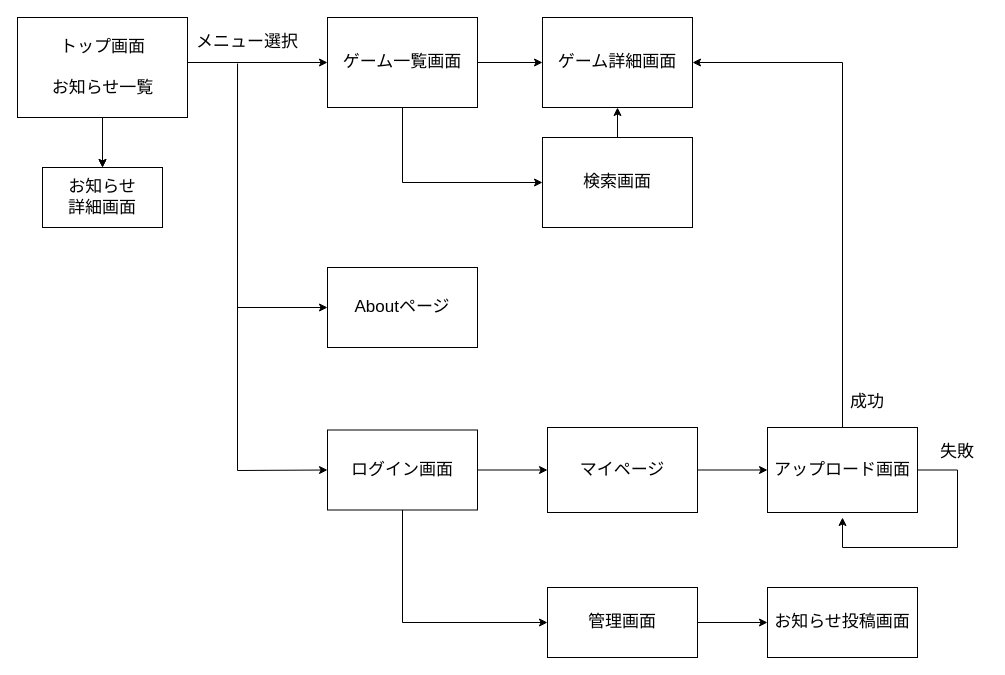
Above: page "view flow" (2 of 3) of KFIPwebsite_usecase.drawio in AK-8420/documents_KFIPweb (draw.io), before the change. Source tidied: cells renumbered, new cells numbered last; positions are measured from the earlier drawing's top-left corner, leaving out a move shared by most shapes. Both pictures are drawn from the tidied source at 100%, with x=0, y=0 at pixel (17, 17).
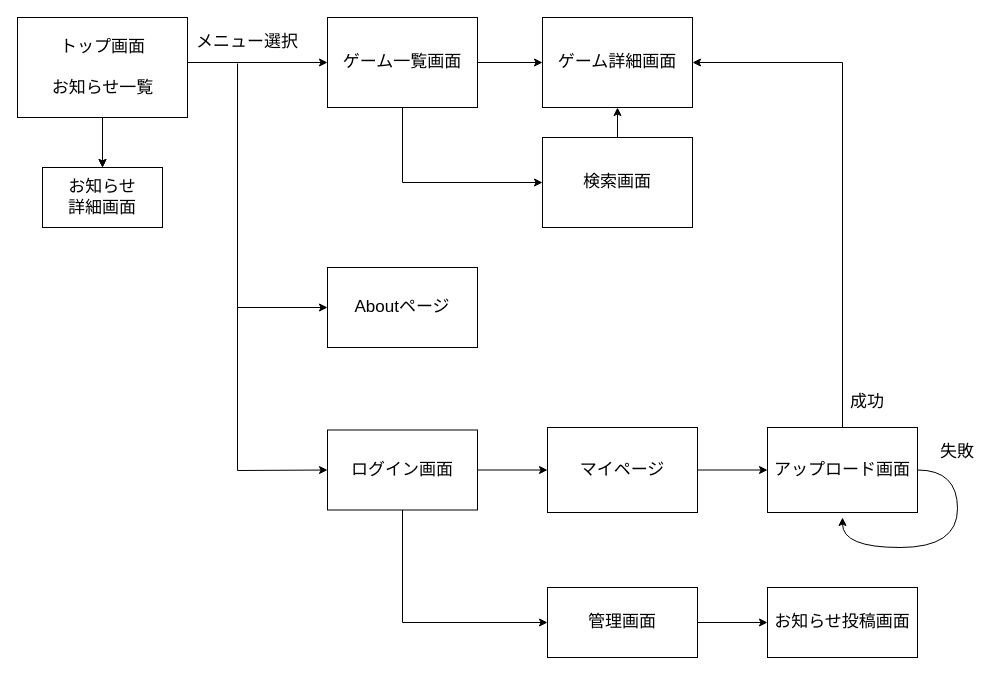
The same page after the edit.

The change refers to these unchanged cells:
```xml
<mxCell id="20" value="アップロード画面" style="rounded=0;whiteSpace=wrap;html=1;fontSize=17;" parent="1" vertex="1">
  <mxGeometry x="750" y="410" width="150" height="85" as="geometry" />
</mxCell>
```

The edit, as a diff of the source:
```diff
@@
-    <mxCell id="24" style="edgeStyle=orthogonalEdgeStyle;rounded=0;jettySize=auto;html=1;exitX=1;exitY=0.5;exitDx=0;exitDy=0;fontSize=17;" parent="1" edge="1" source="20">
+    <mxCell id="24" style="edgeStyle=orthogonalEdgeStyle;jettySize=auto;html=1;exitX=1;exitY=0.5;exitDx=0;exitDy=0;fontSize=17;curved=1;" parent="1" edge="1" source="20">
       <mxGeometry relative="1" as="geometry">
         <mxPoint x="825" y="500" as="targetPoint" />
         <Array as="points">
           <mxPoint x="940" y="453" />
           <mxPoint x="940" y="530" />
           <mxPoint x="825" y="530" />
         </Array>
       </mxGeometry>
     </mxCell>
```
